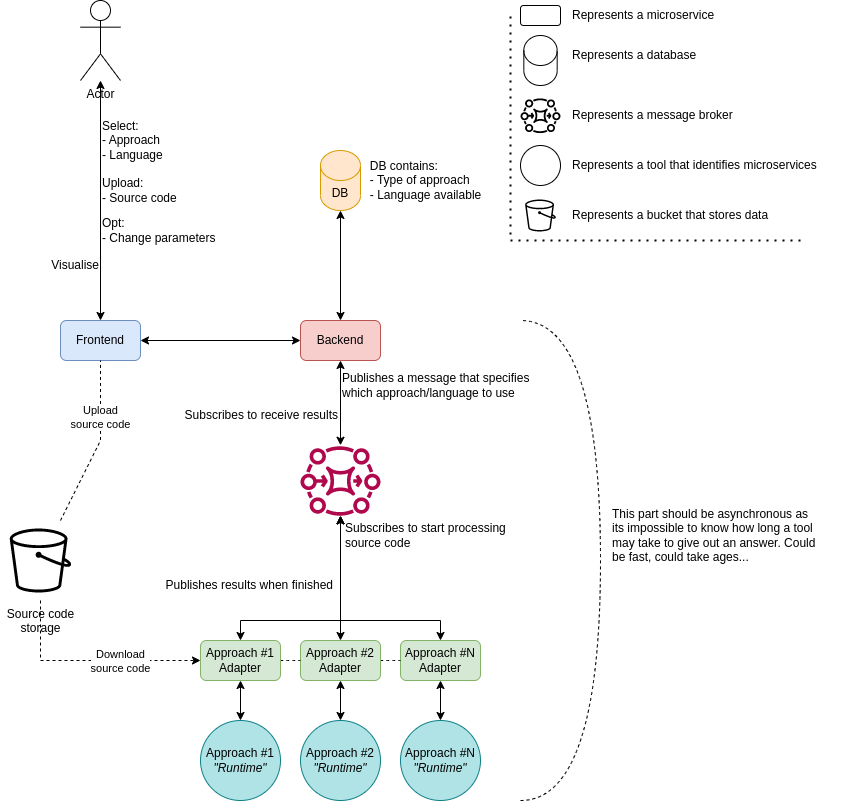
The draw.io diagram .assets/images/thesis-architecture.drawio.png in Guergeiro/mesw-breno-salles, before a commit. Source tidied: cells renumbered, new cells last; positions are measured from the earlier drawing's top-left corner, leaving out a move shared by most shapes.
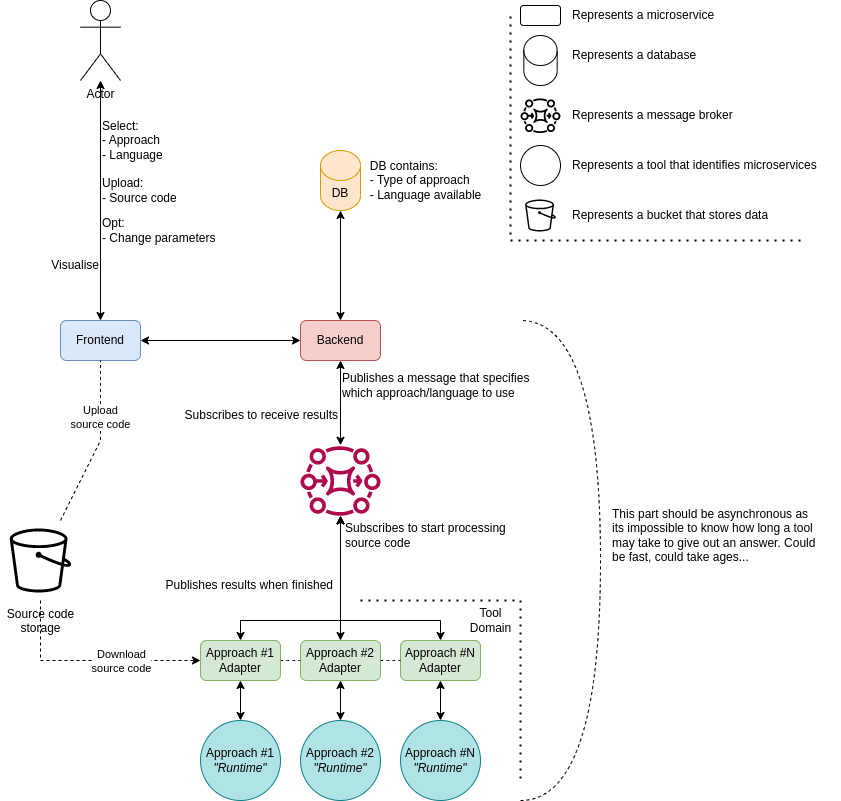
After the change.

Diff of the diagram source:
```diff
@@ -185,5 +185,17 @@
         </Array>
       </mxGeometry>
     </mxCell>
+    <mxCell id="52" style="endArrow=none;dashed=1;html=1;dashPattern=1 3;strokeWidth=2;rounded=0;" parent="1" edge="1">
+      <mxGeometry relative="1" as="geometry">
+        <mxPoint x="360" y="600" as="sourcePoint" />
+        <mxPoint x="520" y="780" as="targetPoint" />
+        <Array as="points">
+          <mxPoint x="520" y="600" />
+        </Array>
+      </mxGeometry>
+    </mxCell>
+    <mxCell id="53" value="Tool&lt;br&gt;Domain" style="text;html=1;align=center;verticalAlign=middle;strokeColor=none;fillColor=none;" parent="1" vertex="1">
+      <mxGeometry x="460" y="600" width="60" height="40" as="geometry" />
+    </mxCell>
   </root>
 </mxGraphModel>
```
